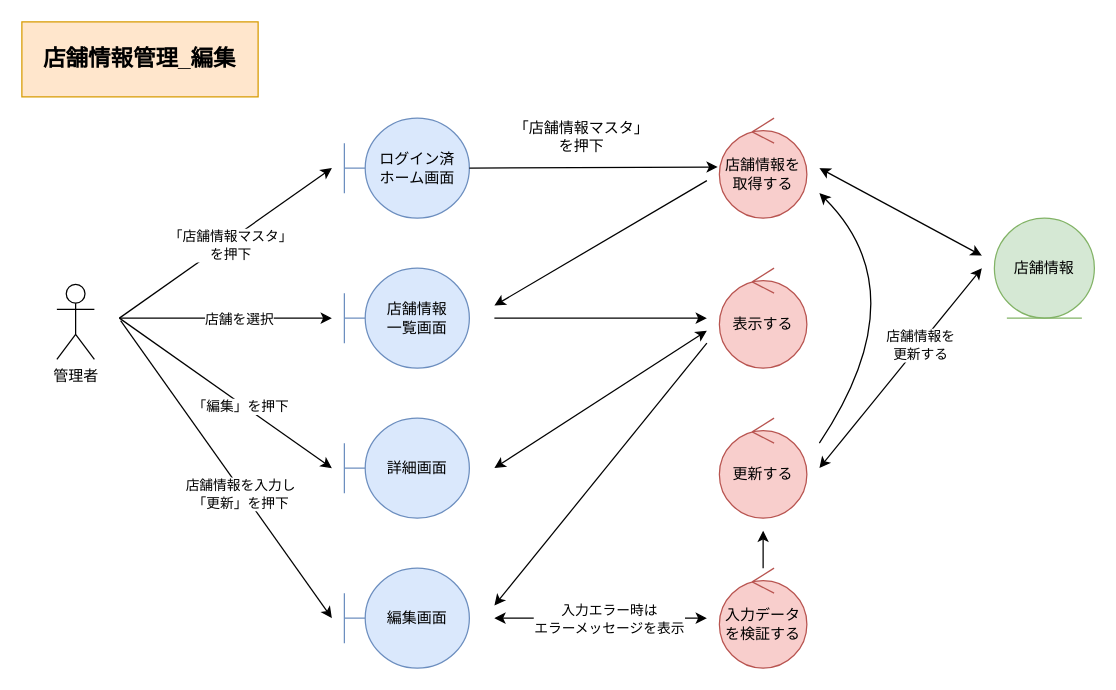
HaruShim/Sotuken keeps this draw.io diagram as page "*店舗情報管理_編集" (3 of 4) of 各種設計書/3ロバストネス図/マスタ管理/2.店舗情報マスタ.drawio. Above is the earlier version. Source tidied: cells renumbered, new cells numbered last; positions are measured from the earlier drawing's top-left corner, leaving out a move shared by most shapes. Both pictures are drawn from the tidied source at 125%, with x=0, y=0 at pixel (21, 21).
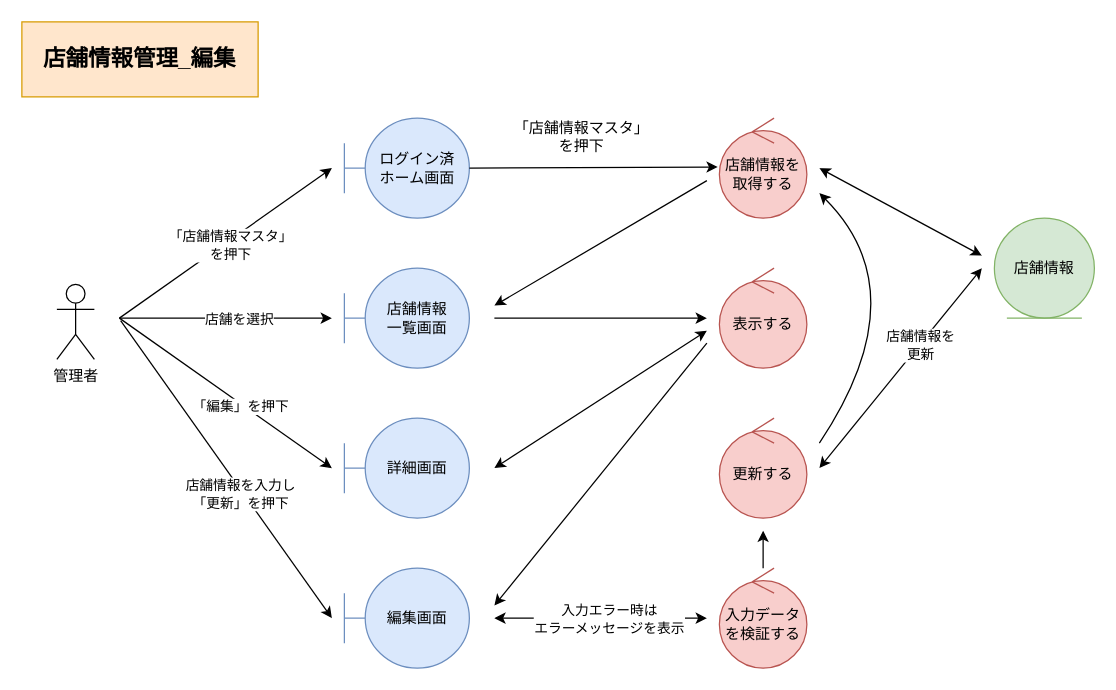
After the change.

The change refers to these unchanged cells:
```xml
<mxCell id="19" style="endArrow=classic;html=1;rounded=0;startArrow=classic;startFill=1;" parent="1" edge="1">
  <mxGeometry relative="1" as="geometry">
    <mxPoint x="638" y="357" as="sourcePoint" />
    <mxPoint x="768" y="197" as="targetPoint" />
  </mxGeometry>
</mxCell>
```

Diff of the diagram source:
```diff
@@
-    <mxCell id="20" value="店舗情報を&lt;br&gt;更新する" style="edgeLabel;html=1;align=center;verticalAlign=middle;" parent="19" vertex="1">
+    <mxCell id="20" value="店舗情報を&lt;br&gt;更新" style="edgeLabel;html=1;align=center;verticalAlign=middle;" parent="19" vertex="1">
       <mxGeometry x="0.23" relative="1" as="geometry" />
     </mxCell>
```
